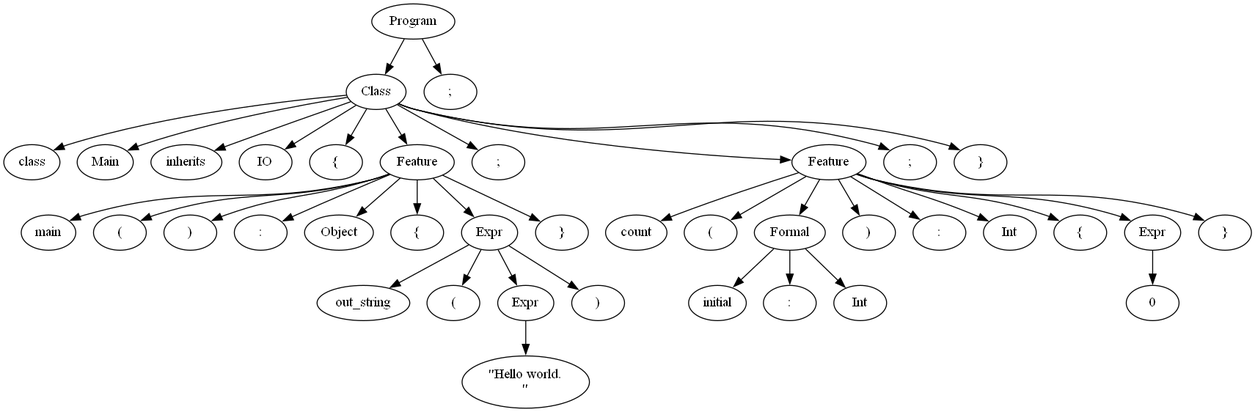
Before: output.gv.png, a diagram exported from Graphviz (Manuel-Archila/Proyecto0_CC). Its source is kept beside it as output.gv.
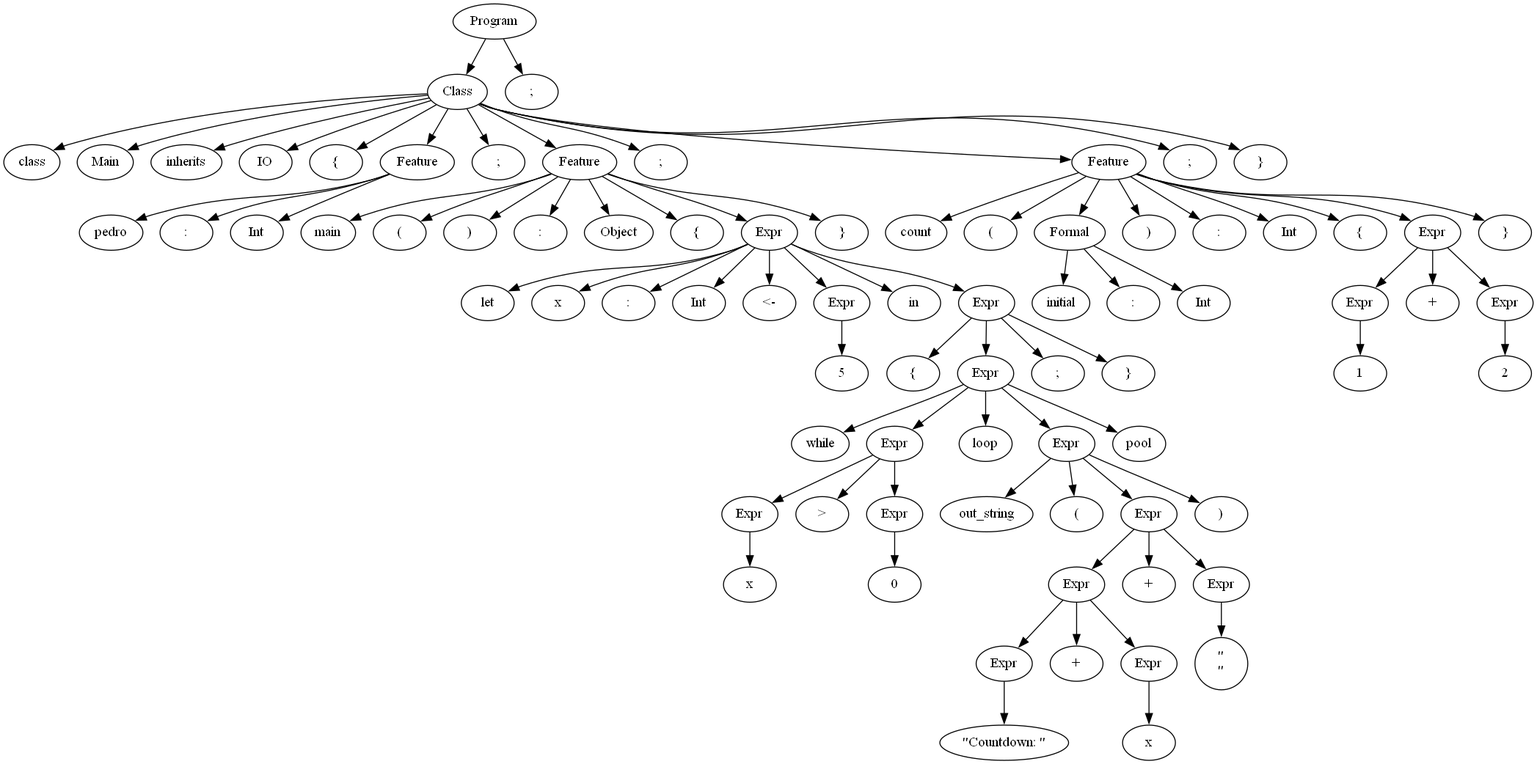
After the commit.

Change to the diagram source:
```diff
@@ -15,65 +15,145 @@
 	1 -> 7
 	7 [label=Feature]
 	7 -> 8
-	8 [label=main]
+	8 [label=pedro]
 	7 -> 9
-	9 [label="("]
+	9 [label=":"]
 	7 -> 10
-	10 [label=")"]
-	7 -> 11
-	11 [label=":"]
-	7 -> 12
-	12 [label=Object]
-	7 -> 13
-	13 [label="{"]
-	7 -> 14
-	14 [label=Expr]
-	14 -> 15
-	15 [label=out_string]
-	14 -> 16
-	16 [label="("]
-	14 -> 17
-	17 [label=Expr]
-	17 -> 18
-	18 [label="\"Hello world.\n\""]
-	14 -> 19
-	19 [label=")"]
-	7 -> 20
-	20 [label="}"]
-	1 -> 21
-	21 [label=";"]
-	1 -> 22
-	22 [label=Feature]
-	22 -> 23
-	23 [label=count]
-	22 -> 24
-	24 [label="("]
-	22 -> 25
-	25 [label=Formal]
+	10 [label=Int]
+	1 -> 11
+	11 [label=";"]
+	1 -> 12
+	12 [label=Feature]
+	12 -> 13
+	13 [label=main]
+	12 -> 14
+	14 [label="("]
+	12 -> 15
+	15 [label=")"]
+	12 -> 16
+	16 [label=":"]
+	12 -> 17
+	17 [label=Object]
+	12 -> 18
+	18 [label="{"]
+	12 -> 19
+	19 [label=Expr]
+	19 -> 20
+	20 [label=let]
+	19 -> 21
+	21 [label=x]
+	19 -> 22
+	22 [label=":"]
+	19 -> 23
+	23 [label=Int]
+	19 -> 24
+	24 [label="<-"]
+	19 -> 25
+	25 [label=Expr]
 	25 -> 26
-	26 [label=initial]
-	25 -> 27
-	27 [label=":"]
-	25 -> 28
-	28 [label=Int]
-	22 -> 29
-	29 [label=")"]
-	22 -> 30
-	30 [label=":"]
-	22 -> 31
-	31 [label=Int]
-	22 -> 32
-	32 [label="{"]
-	22 -> 33
+	26 [label=5]
+	19 -> 27
+	27 [label=in]
+	19 -> 28
+	28 [label=Expr]
+	28 -> 29
+	29 [label="{"]
+	28 -> 30
+	30 [label=Expr]
+	30 -> 31
+	31 [label=while]
+	30 -> 32
+	32 [label=Expr]
+	32 -> 33
 	33 [label=Expr]
 	33 -> 34
-	34 [label=0]
-	22 -> 35
-	35 [label="}"]
-	1 -> 36
-	36 [label=";"]
-	1 -> 37
-	37 [label="}"]
-	0 -> 38
-	38 [label=";"]
+	34 [label=x]
+	32 -> 35
+	35 [label=">"]
+	32 -> 36
+	36 [label=Expr]
+	36 -> 37
+	37 [label=0]
+	30 -> 38
+	38 [label=loop]
+	30 -> 39
+	39 [label=Expr]
+	39 -> 40
+	40 [label=out_string]
+	39 -> 41
+	41 [label="("]
+	39 -> 42
+	42 [label=Expr]
+	42 -> 43
+	43 [label=Expr]
+	43 -> 44
+	44 [label=Expr]
+	44 -> 45
+	45 [label="\"Countdown: \""]
+	43 -> 46
+	46 [label="+"]
+	43 -> 47
+	47 [label=Expr]
+	47 -> 48
+	48 [label=x]
+	42 -> 49
+	49 [label="+"]
+	42 -> 50
+	50 [label=Expr]
+	50 -> 51
+	51 [label="\"\n\""]
+	39 -> 52
+	52 [label=")"]
+	30 -> 53
+	53 [label=pool]
+	28 -> 54
+	54 [label=";"]
+	28 -> 55
+	55 [label="}"]
+	12 -> 56
+	56 [label="}"]
+	1 -> 57
+	57 [label=";"]
+	1 -> 58
+	58 [label=Feature]
+	58 -> 59
+	59 [label=count]
+	58 -> 60
+	60 [label="("]
+	58 -> 61
+	61 [label=Formal]
+	61 -> 62
+	62 [label=initial]
+	61 -> 63
+	63 [label=":"]
+	61 -> 64
+	64 [label=Int]
+	58 -> 65
+	65 [label=")"]
+	58 -> 66
+	66 [label=":"]
+	58 -> 67
+	67 [label=Int]
+	58 -> 68
+	68 [label="{"]
+	58 -> 69
+	69 [label=Expr]
+	69 -> 70
+	70 [label=Expr]
+	70 -> 71
+	71 [label=1]
+	69 -> 72
+	72 [label="+"]
+	69 -> 73
+	73 [label=Expr]
+	73 -> 74
+	74 [label=2]
+	58 -> 75
+	75 [label="}"]
+	1 -> 76
+	76 [label=";"]
+	1 -> 77
+	77 [label="}"]
+	0 -> 78
+	78 [label=";"]
 }
```
